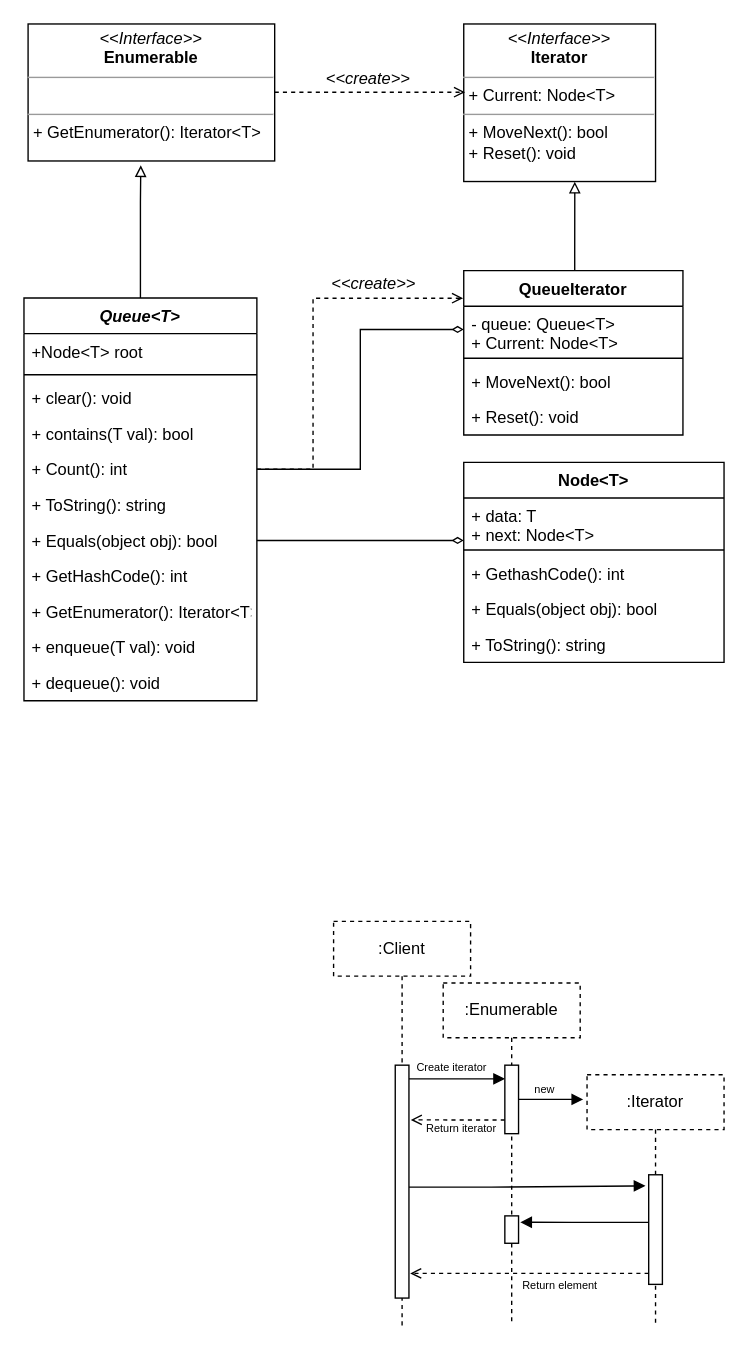
Above: UML/class_uml_1.drawio in VictorGoubet/Projet_Software (draw.io), before the change. Source tidied: cells renumbered, new cells numbered last; positions are measured from the earlier drawing's top-left corner, leaving out a move shared by most shapes. Both pictures are drawn from the tidied source at 137%, with x=0, y=0 at pixel (23, 23).
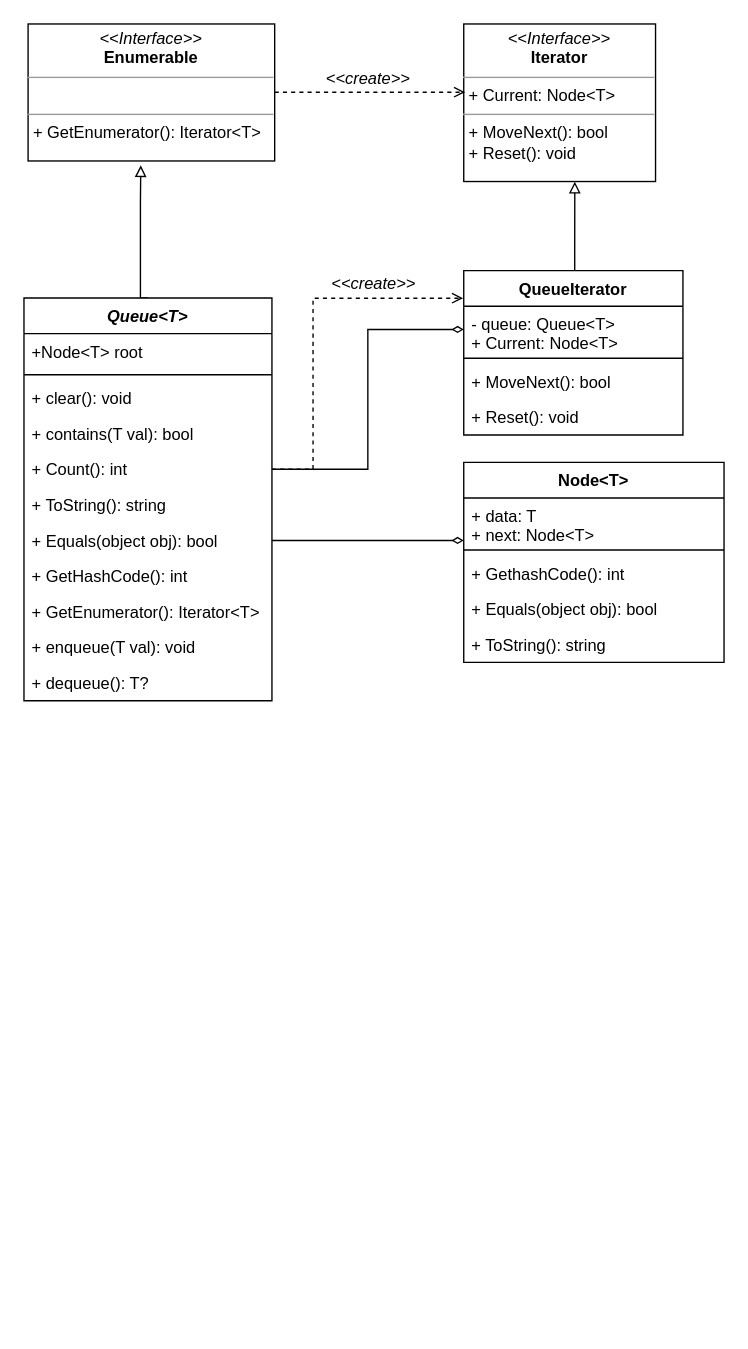
The same diagram, later.

What changed in the source:
```diff
@@
-    <mxCell id="2" value=":Enumerable" style="shape=umlLifeline;perimeter=lifelinePerimeter;whiteSpace=wrap;html=1;dashed=1;" parent="1" vertex="1">
-      <mxGeometry x="306" y="700" width="100" height="250" as="geometry" />
-    </mxCell>
-    <mxCell id="3" value=":Client" style="shape=umlLifeline;perimeter=lifelinePerimeter;whiteSpace=wrap;html=1;dashed=1;" parent="1" vertex="1">
-      <mxGeometry x="226" y="655" width="100" height="295" as="geometry" />
-    </mxCell>
@@
     <mxCell id="5" value="Queue&lt;T&gt;" style="swimlane;fontStyle=3;align=center;verticalAlign=top;horizontal=1;startSize=26;rounded=0;shadow=0;strokeWidth=1;" parent="1" vertex="1">
-      <mxGeometry y="200" width="170" height="294" as="geometry" />
+      <mxGeometry y="200" width="181" height="294" as="geometry" />
     </mxCell>
     <mxCell id="6" value="+Node&lt;T&gt; root" style="text;align=left;verticalAlign=top;spacingLeft=4;spacingRight=4;overflow=hidden;" parent="5" vertex="1">
-      <mxGeometry y="26" width="170" height="26" as="geometry" />
+      <mxGeometry y="26" width="181" height="26" as="geometry" />
     </mxCell>
     <mxCell id="7" style="line;html=1;strokeWidth=1;align=left;verticalAlign=middle;spacingTop=-1;spacingLeft=3;spacingRight=3;labelPosition=right;" parent="5" vertex="1">
-      <mxGeometry y="52" width="170" height="8" as="geometry" />
+      <mxGeometry y="52" width="181" height="8" as="geometry" />
     </mxCell>
     <mxCell id="8" value="+ clear(): void&#10;&#10;" style="text;align=left;verticalAlign=top;spacingLeft=4;spacingRight=4;overflow=hidden;" parent="5" vertex="1">
-      <mxGeometry y="60" width="170" height="26" as="geometry" />
+      <mxGeometry y="60" width="181" height="26" as="geometry" />
     </mxCell>
     <mxCell id="9" value="+ contains(T val): bool&#10;" style="text;align=left;verticalAlign=top;spacingLeft=4;spacingRight=4;overflow=hidden;" parent="5" vertex="1">
-      <mxGeometry y="86" width="170" height="26" as="geometry" />
+      <mxGeometry y="86" width="181" height="26" as="geometry" />
     </mxCell>
     <mxCell id="10" value="+ Count(): int&#10;" style="text;align=left;verticalAlign=top;spacingLeft=4;spacingRight=4;overflow=hidden;points=[[0,0.5],[1,0.5]];portConstraint=eastwest;" parent="5" vertex="1">
-      <mxGeometry y="112" width="170" height="26" as="geometry" />
+      <mxGeometry y="112" width="181" height="26" as="geometry" />
     </mxCell>
     <mxCell id="11" value="+ ToString(): string&#10;" style="text;align=left;verticalAlign=top;spacingLeft=4;spacingRight=4;overflow=hidden;" parent="5" vertex="1">
-      <mxGeometry y="138" width="170" height="26" as="geometry" />
+      <mxGeometry y="138" width="181" height="26" as="geometry" />
     </mxCell>
     <mxCell id="12" value="+ Equals(object obj): bool" style="text;align=left;verticalAlign=top;spacingLeft=4;spacingRight=4;overflow=hidden;points=[[0,0.5],[1,0.5]];portConstraint=eastwest;" parent="5" vertex="1">
-      <mxGeometry y="164" width="170" height="26" as="geometry" />
+      <mxGeometry y="164" width="181" height="26" as="geometry" />
     </mxCell>
     <mxCell id="13" value="+ GetHashCode(): int" style="text;align=left;verticalAlign=top;spacingLeft=4;spacingRight=4;overflow=hidden;" parent="5" vertex="1">
-      <mxGeometry y="190" width="170" height="26" as="geometry" />
+      <mxGeometry y="190" width="181" height="26" as="geometry" />
     </mxCell>
     <mxCell id="14" value="+ GetEnumerator(): Iterator&lt;T&gt;" style="text;align=left;verticalAlign=top;spacingLeft=4;spacingRight=4;overflow=hidden;" parent="5" vertex="1">
-      <mxGeometry y="216" width="170" height="26" as="geometry" />
+      <mxGeometry y="216" width="181" height="26" as="geometry" />
     </mxCell>
     <mxCell id="15" value="+ enqueue(T val): void" style="text;align=left;verticalAlign=top;spacingLeft=4;spacingRight=4;overflow=hidden;" parent="5" vertex="1">
-      <mxGeometry y="242" width="170" height="26" as="geometry" />
+      <mxGeometry y="242" width="181" height="26" as="geometry" />
     </mxCell>
-    <mxCell id="16" value="+ dequeue(): void" style="text;align=left;verticalAlign=top;spacingLeft=4;spacingRight=4;overflow=hidden;" parent="5" vertex="1">
-      <mxGeometry y="268" width="170" height="26" as="geometry" />
+    <mxCell id="16" value="+ dequeue(): T?" style="text;align=left;verticalAlign=top;spacingLeft=4;spacingRight=4;overflow=hidden;" parent="5" vertex="1">
+      <mxGeometry y="268" width="181" height="26" as="geometry" />
     </mxCell>
@@
-    <mxCell id="37" style="edgeStyle=orthogonalEdgeStyle;rounded=0;jettySize=auto;html=1;entryX=0.012;entryY=0.199;entryDx=0;entryDy=0;entryPerimeter=0;endArrow=block;endFill=1;" parent="1" edge="1" source="39" target="42">
-      <mxGeometry relative="1" as="geometry">
-        <Array as="points">
-          <mxPoint x="321" y="770" />
-          <mxPoint x="321" y="770" />
-        </Array>
-      </mxGeometry>
-    </mxCell>
-    <mxCell id="38" style="edgeStyle=orthogonalEdgeStyle;rounded=0;jettySize=auto;html=1;entryX=-0.236;entryY=0.101;entryDx=0;entryDy=0;entryPerimeter=0;endArrow=block;endFill=1;" parent="1" edge="1" source="39" target="51">
-      <mxGeometry relative="1" as="geometry">
-        <Array as="points">
-          <mxPoint x="341" y="849" />
-          <mxPoint x="341" y="849" />
-        </Array>
-      </mxGeometry>
-    </mxCell>
-    <mxCell id="39" style="html=1;points=[];perimeter=orthogonalPerimeter;" parent="1" vertex="1">
-      <mxGeometry x="271" y="760" width="10" height="170" as="geometry" />
-    </mxCell>
-    <mxCell id="40" style="edgeStyle=orthogonalEdgeStyle;rounded=0;jettySize=auto;html=1;entryX=1.132;entryY=0.235;entryDx=0;entryDy=0;entryPerimeter=0;endArrow=open;endFill=0;dashed=1;" parent="1" edge="1" source="42" target="39">
-      <mxGeometry relative="1" as="geometry">
-        <Array as="points">
-          <mxPoint x="331" y="800" />
-          <mxPoint x="331" y="800" />
-        </Array>
-      </mxGeometry>
-    </mxCell>
-    <mxCell id="41" style="edgeStyle=orthogonalEdgeStyle;rounded=0;jettySize=auto;html=1;entryX=-0.024;entryY=0.624;entryDx=0;entryDy=0;entryPerimeter=0;endArrow=block;endFill=1;" parent="1" edge="1" source="42">
-      <mxGeometry relative="1" as="geometry">
-        <mxPoint x="408.2" y="785" as="targetPoint" />
-      </mxGeometry>
-    </mxCell>
-    <mxCell id="42" style="html=1;points=[];perimeter=orthogonalPerimeter;" parent="1" vertex="1">
-      <mxGeometry x="351" y="760" width="10" height="50" as="geometry" />
-    </mxCell>
-    <mxCell id="43" style="html=1;points=[];perimeter=orthogonalPerimeter;" parent="1" vertex="1">
-      <mxGeometry x="351" y="870" width="10" height="20" as="geometry" />
-    </mxCell>
-    <mxCell id="44" style="edgeStyle=orthogonalEdgeStyle;rounded=0;jettySize=auto;html=1;entryX=1.126;entryY=0.233;entryDx=0;entryDy=0;entryPerimeter=0;endArrow=block;endFill=1;" parent="1" edge="1" source="51" target="43">
-      <mxGeometry relative="1" as="geometry">
-        <Array as="points">
-          <mxPoint x="400" y="875" />
-        </Array>
-      </mxGeometry>
-    </mxCell>
-    <mxCell id="45" style="edgeStyle=orthogonalEdgeStyle;rounded=0;jettySize=auto;html=1;entryX=1.089;entryY=0.894;entryDx=0;entryDy=0;entryPerimeter=0;dashed=1;endArrow=open;endFill=0;" parent="1" edge="1" source="51" target="39">
-      <mxGeometry relative="1" as="geometry">
-        <Array as="points">
-          <mxPoint x="401" y="912" />
-          <mxPoint x="401" y="912" />
-        </Array>
-      </mxGeometry>
-    </mxCell>
-    <mxCell id="46" value="&lt;font style=&quot;font-size: 8px&quot;&gt;Create iterator&lt;/font&gt;" style="text;html=1;align=center;verticalAlign=middle;fillColor=none;strokeColor=none;rounded=0;" parent="1" vertex="1">
-      <mxGeometry x="277" y="751" width="70" height="20" as="geometry" />
-    </mxCell>
-    <mxCell id="47" value="&lt;font style=&quot;font-size: 8px&quot;&gt;Return iterator&lt;/font&gt;" style="text;html=1;align=center;verticalAlign=middle;fillColor=none;strokeColor=none;rounded=0;dashed=1;" parent="1" vertex="1">
-      <mxGeometry x="284" y="795" width="70" height="20" as="geometry" />
-    </mxCell>
-    <mxCell id="48" value="&lt;font style=&quot;font-size: 8px&quot;&gt;new&amp;nbsp;&lt;/font&gt;" style="text;html=1;align=center;verticalAlign=middle;fillColor=none;strokeColor=none;rounded=0;" parent="1" vertex="1">
-      <mxGeometry x="366" y="767" width="30" height="20" as="geometry" />
-    </mxCell>
-    <mxCell id="49" value="&lt;font style=&quot;font-size: 8px&quot;&gt;Return element&lt;/font&gt;" style="text;html=1;align=center;verticalAlign=middle;fillColor=none;strokeColor=none;rounded=0;" parent="1" vertex="1">
-      <mxGeometry x="356" y="910" width="70" height="20" as="geometry" />
-    </mxCell>
-    <mxCell id="50" value=":Iterator" style="shape=umlLifeline;perimeter=lifelinePerimeter;whiteSpace=wrap;html=1;dashed=1;" parent="1" vertex="1">
-      <mxGeometry x="411" y="767" width="100" height="183" as="geometry" />
-    </mxCell>
-    <mxCell id="51" style="html=1;points=[];perimeter=orthogonalPerimeter;" parent="50" vertex="1">
-      <mxGeometry x="45" y="73" width="10" height="80" as="geometry" />
-    </mxCell>
```
